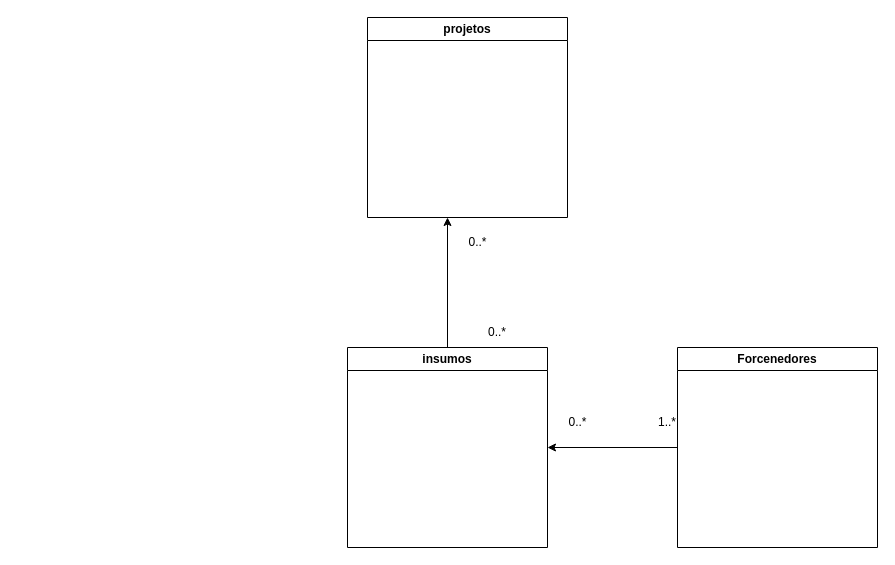
Earlier version of the draw.io diagram page "Página-1" (1 of 2) of porva pt 2.drawio (livramos/Modelagem-de-Dados-). Source tidied: cells renumbered, new cells numbered last; positions are measured from the earlier drawing's top-left corner, leaving out a move shared by most shapes. Both pictures are drawn from the tidied source at 100%, with x=0, y=0 at pixel (347, 17).
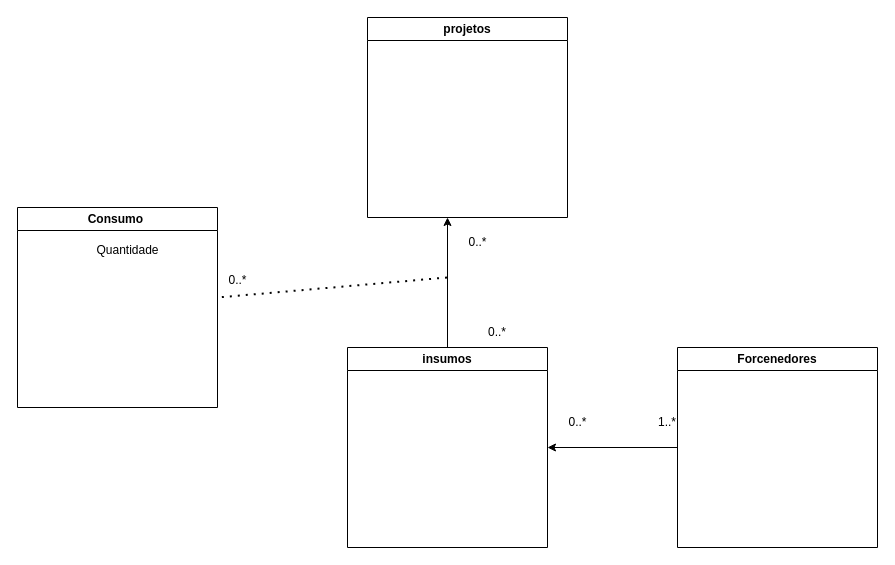
Above is the later version.

What changed in the source:
```diff
@@
 <mxGraphModel>
   <root>
     <mxCell id="0" />
     <mxCell id="1" parent="0" />
     <mxCell id="2" value="projetos" style="swimlane;whiteSpace=wrap;html=1;" parent="1" vertex="1">
       <mxGeometry x="20" width="200" height="200" as="geometry" />
     </mxCell>
     <mxCell id="3" style="edgeStyle=orthogonalEdgeStyle;rounded=0;jettySize=auto;html=1;" parent="1" edge="1" source="4">
       <mxGeometry relative="1" as="geometry">
         <mxPoint x="100" y="200" as="targetPoint" />
       </mxGeometry>
     </mxCell>
     <mxCell id="4" value="insumos" style="swimlane;whiteSpace=wrap;html=1;" parent="1" vertex="1">
       <mxGeometry y="330" width="200" height="200" as="geometry" />
     </mxCell>
     <mxCell id="5" style="edgeStyle=orthogonalEdgeStyle;rounded=0;jettySize=auto;html=1;entryX=1;entryY=0.5;entryDx=0;entryDy=0;" parent="1" edge="1" source="6" target="4">
       <mxGeometry relative="1" as="geometry" />
     </mxCell>
     <mxCell id="6" value="Forcenedores" style="swimlane;whiteSpace=wrap;html=1;startSize=23;" parent="1" vertex="1">
       <mxGeometry x="330" y="330" width="200" height="200" as="geometry" />
     </mxCell>
     <mxCell id="7" value="1..*" style="text;strokeColor=none;align=center;fillColor=none;html=1;verticalAlign=middle;whiteSpace=wrap;rounded=0;" parent="1" vertex="1">
       <mxGeometry x="290" y="390" width="60" height="30" as="geometry" />
     </mxCell>
     <mxCell id="8" value="0..*" style="text;html=1;align=center;verticalAlign=middle;strokeColor=none;fillColor=none;" parent="1" vertex="1">
       <mxGeometry x="110" y="210" width="40" height="30" as="geometry" />
     </mxCell>
     <mxCell id="9" value="0..*" style="text;strokeColor=none;align=center;fillColor=none;html=1;verticalAlign=middle;whiteSpace=wrap;rounded=0;" parent="1" vertex="1">
       <mxGeometry x="120" y="300" width="60" height="30" as="geometry" />
     </mxCell>
     <mxCell id="10" value="0..*" style="text;html=1;align=center;verticalAlign=middle;strokeColor=none;fillColor=none;" parent="1" vertex="1">
       <mxGeometry x="210" y="390" width="40" height="30" as="geometry" />
     </mxCell>
+    <mxCell id="11" style="endArrow=none;dashed=1;html=1;dashPattern=1 3;strokeWidth=2;rounded=0;" parent="1" edge="1">
+      <mxGeometry relative="1" as="geometry">
+        <mxPoint x="99.5" y="260" as="sourcePoint" />
+        <mxPoint x="-130" y="280" as="targetPoint" />
+      </mxGeometry>
+    </mxCell>
+    <mxCell id="12" value="Consumo&amp;nbsp;" style="swimlane;whiteSpace=wrap;html=1;" parent="1" vertex="1">
+      <mxGeometry x="-330" y="190" width="200" height="200" as="geometry" />
+    </mxCell>
+    <mxCell id="13" value="Quantidade" style="text;html=1;align=center;verticalAlign=middle;strokeColor=none;fillColor=none;" parent="1" vertex="1">
+      <mxGeometry x="-265" y="218" width="90" height="30" as="geometry" />
+    </mxCell>
+    <mxCell id="14" value="0..*" style="text;html=1;align=center;verticalAlign=middle;strokeColor=none;fillColor=none;" parent="1" vertex="1">
+      <mxGeometry x="-130" y="248" width="40" height="30" as="geometry" />
+    </mxCell>
   </root>
 </mxGraphModel>
```
